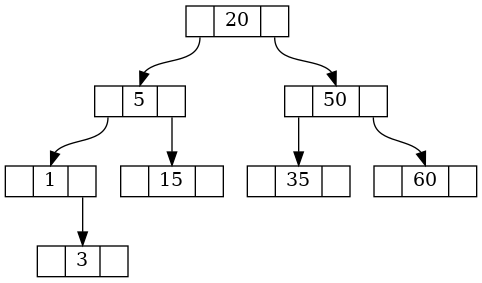
Above: tree.png in anoblega-unsa/eda-binary-tree (Graphviz), before the change. Its source is kept beside it as tree.dot.
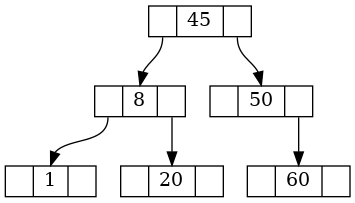
Later version of the same file.

Change to the diagram source:
```diff
@@ -1,18 +1,14 @@
 digraph g {
 node [shape=record, height=0.1];
+node_45 [label = "<l> | <m> 45 | <r>"];
+node_45:l -> node_8:m;
+node_45:r -> node_50:m;
+node_8 [label = "<l> | <m> 8 | <r>"];
+node_8:l -> node_1:m;
+node_8:r -> node_20:m;
+node_1 [label = "<l> | <m> 1 | <r>"];
 node_20 [label = "<l> | <m> 20 | <r>"];
-node_20:l -> node_5:m;
-node_20:r -> node_50:m;
-node_5 [label = "<l> | <m> 5 | <r>"];
-node_5:l -> node_1:m;
-node_5:r -> node_15:m;
-node_1 [label = "<l> | <m> 1 | <r>"];
-node_1:r -> node_3:m;
-node_3 [label = "<l> | <m> 3 | <r>"];
-node_15 [label = "<l> | <m> 15 | <r>"];
 node_50 [label = "<l> | <m> 50 | <r>"];
-node_50:l -> node_35:m;
 node_50:r -> node_60:m;
-node_35 [label = "<l> | <m> 35 | <r>"];
 node_60 [label = "<l> | <m> 60 | <r>"];
 }
```
